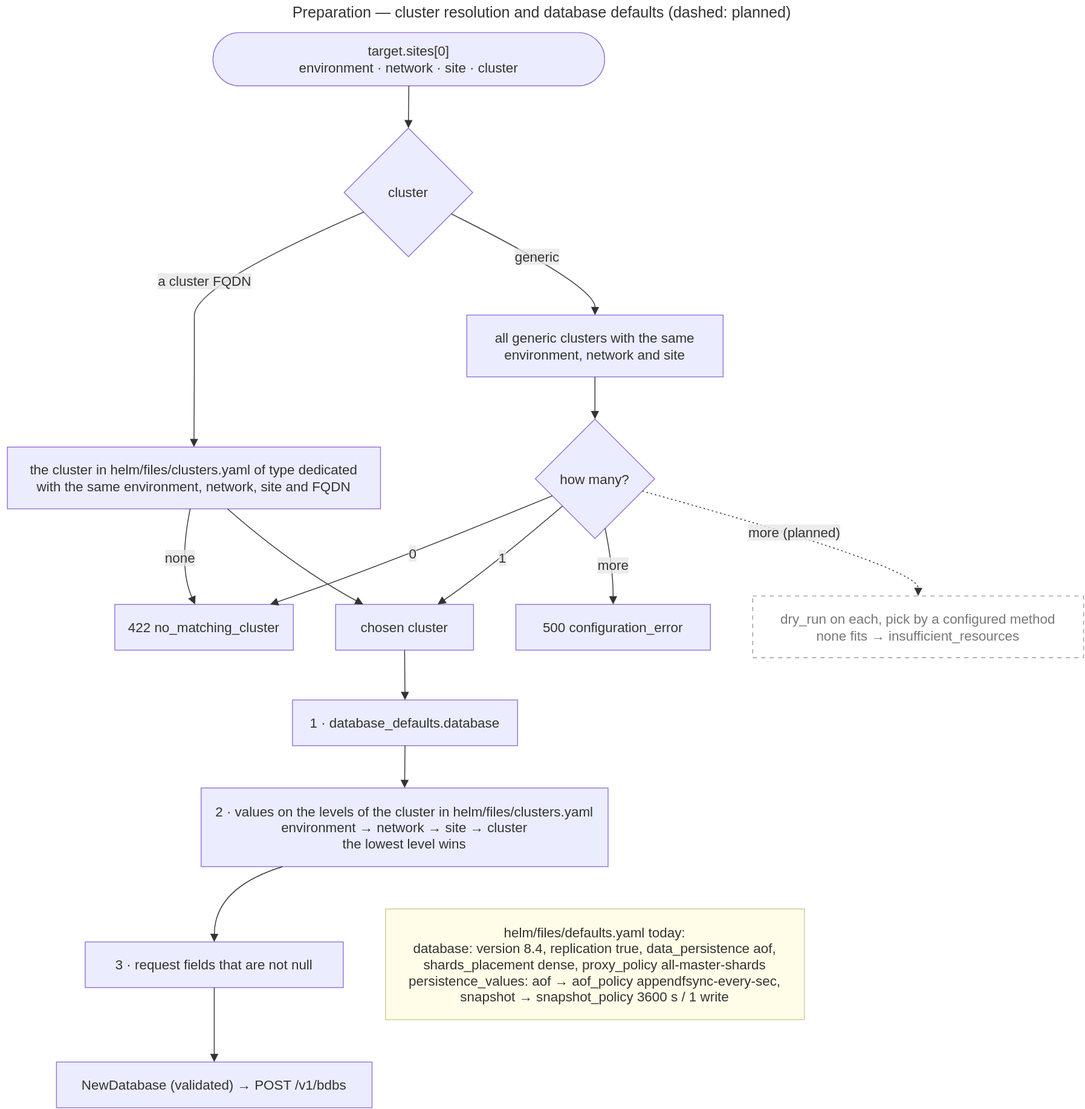
The draw.io diagram docs/diagrams/13-flow-cluster-and-defaults.drawio.svg in EliShteinman/redis-enterprise-services, before a commit. Source tidied: cells renumbered, new cells last; positions are measured from the earlier drawing's top-left corner, leaving out a move shared by most shapes.
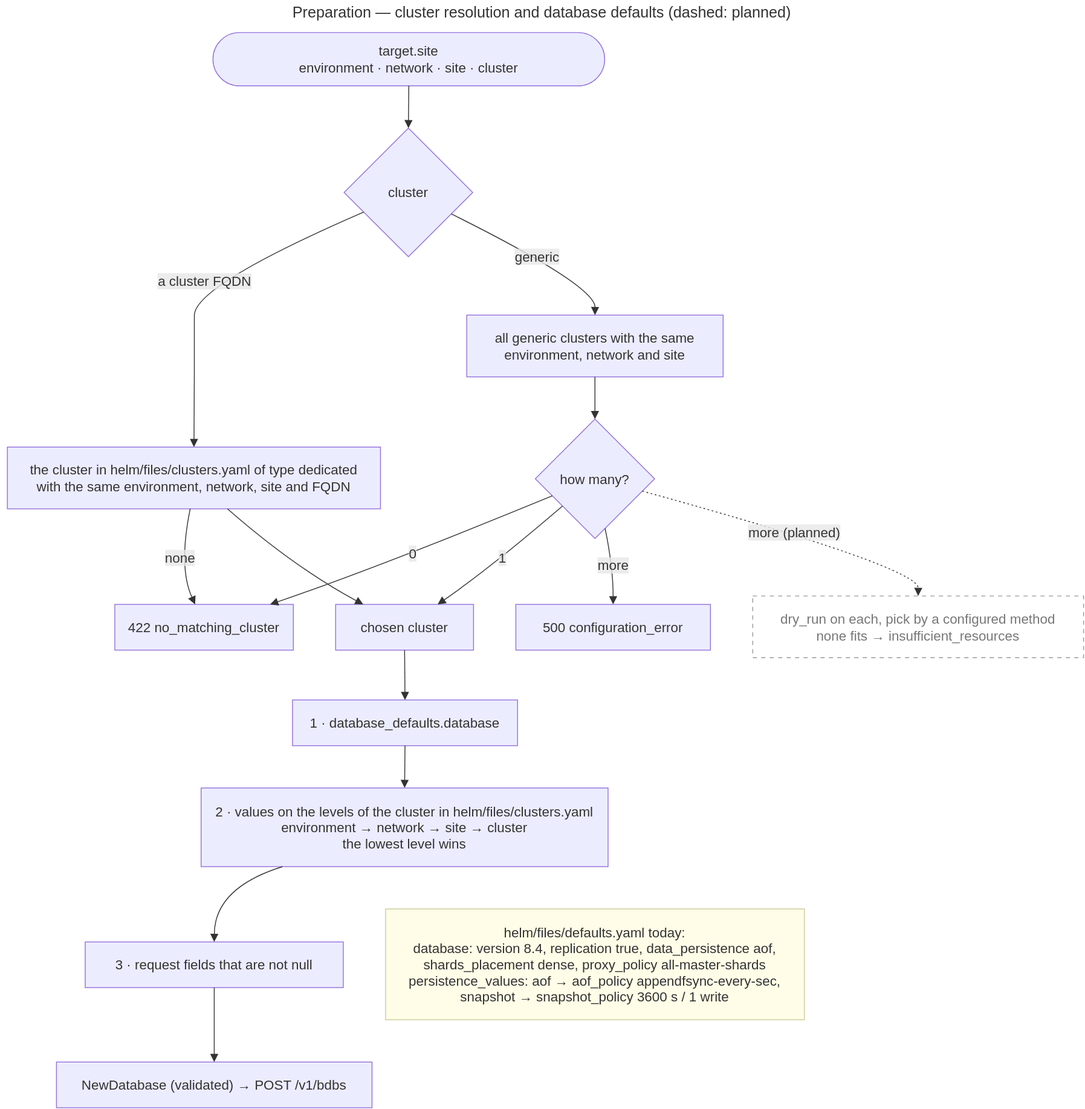
The same file after the commit.

Commit message:
docs(contract): the single-site request targets one site and its result carries kind and one cluster

What changed in the source:
```diff
@@ -2,7 +2,7 @@
   <root>
     <mxCell id="0" />
     <mxCell id="1" parent="0" />
-    <mxCell id="2" value="target.sites[0]&#10;environment · network · site · cluster" style="html=1;rounded=1;whiteSpace=wrap;arcSize=50;strokeWidth=1;fillColor=light-dark(#ECECFF,#1f2020);strokeColor=light-dark(#9370DB,#cccccc);fontColor=light-dark(#333333,#cccccc);fontFamily=Trebuchet MS,Verdana,Arial,sans-serif;fontSize=16;" parent="1" vertex="1">
+    <mxCell id="2" value="target.site&#10;environment · network · site · cluster" style="html=1;rounded=1;whiteSpace=wrap;arcSize=50;strokeWidth=1;fillColor=light-dark(#ECECFF,#1f2020);strokeColor=light-dark(#9370DB,#cccccc);fontColor=light-dark(#333333,#cccccc);fontFamily=Trebuchet MS,Verdana,Arial,sans-serif;fontSize=16;" parent="1" vertex="1">
       <mxGeometry x="251" y="38" width="463" height="63" as="geometry" />
     </mxCell>
     <mxCell id="3" value="cluster" style="rhombus;html=1;strokeWidth=1;whiteSpace=wrap;fillColor=light-dark(#ECECFF,#1f2020);strokeColor=light-dark(#9370DB,#cccccc);fontColor=light-dark(#333333,#cccccc);fontFamily=Trebuchet MS,Verdana,Arial,sans-serif;fontSize=16;" parent="1" vertex="1">
```
